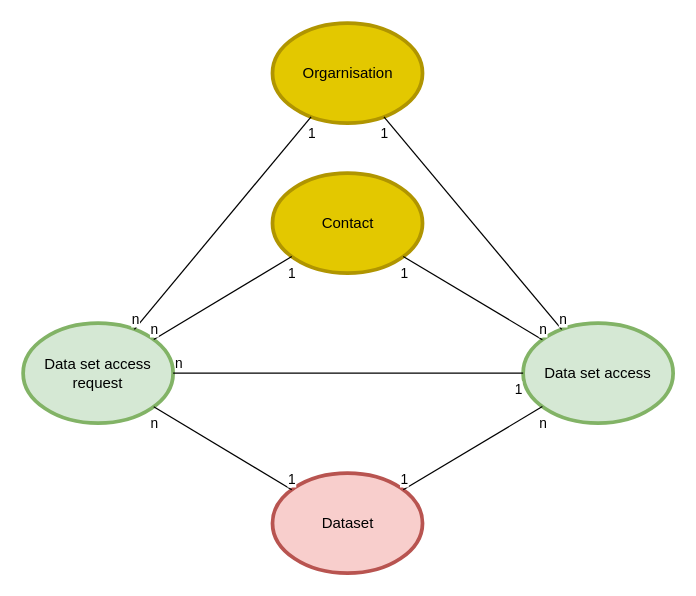
This is page "T-Response Access" (6 of 13) of Data portal.drawio from danieldotskc/helloworld, a draw.io file, before an edit. Source tidied: cells renumbered, new cells numbered last; positions are measured from the earlier drawing's top-left corner, leaving out a move shared by most shapes. Both pictures are drawn from the tidied source at 125%, with x=0, y=0 at pixel (22, 22).
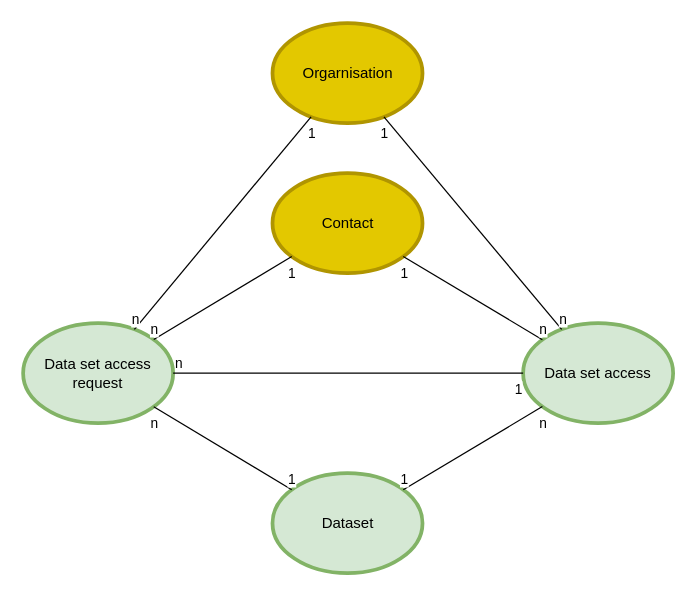
Above is the later version.

What changed in the source:
```diff
@@
-    <mxCell id="2" value="Dataset" style="ellipse;whiteSpace=wrap;html=1;fillColor=#f8cecc;strokeColor=#b85450;strokeWidth=3;" parent="1" vertex="1">
+    <mxCell id="2" value="Dataset" style="ellipse;whiteSpace=wrap;html=1;fillColor=#d5e8d4;strokeColor=#82b366;strokeWidth=3;" parent="1" vertex="1">
       <mxGeometry x="199.5" y="360" width="120" height="80" as="geometry" />
     </mxCell>
```
